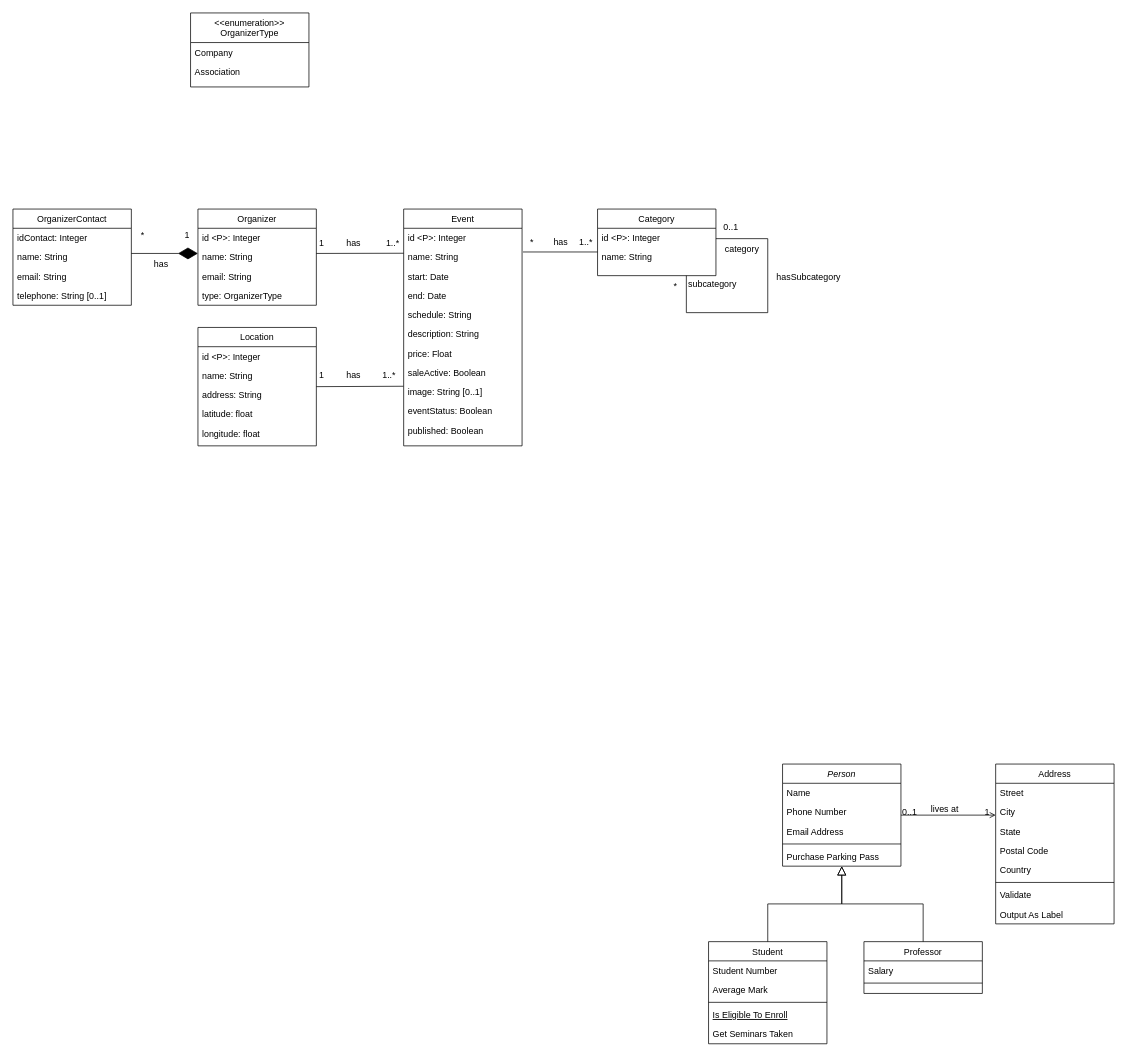
Above: conceptual-diagram.drawio in danielpilot/event-database (draw.io), before the change. Source tidied: cells renumbered, new cells numbered last; positions are measured from the earlier drawing's top-left corner, leaving out a move shared by most shapes. Both pictures are drawn from the tidied source at 74%, with x=0, y=0 at pixel (13, 13).
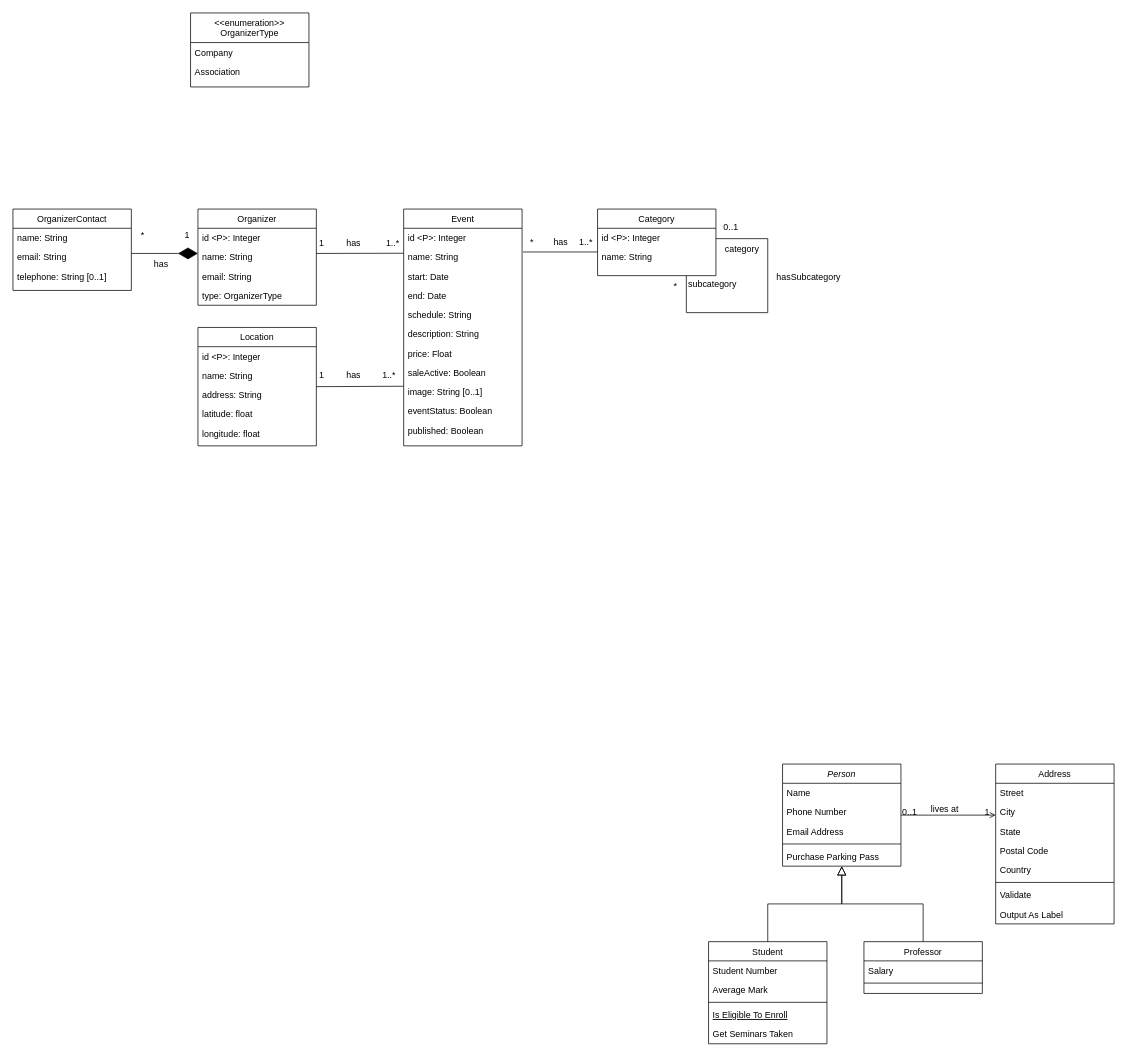
The same page after the edit.

Diff of the diagram source:
```diff
@@
     <mxCell id="72" value="OrganizerContact" style="swimlane;fontStyle=0;align=center;verticalAlign=top;horizontal=1;startSize=26;rounded=0;shadow=0;strokeWidth=1;" parent="1" vertex="1">
-      <mxGeometry y="265" width="160" height="130" as="geometry" />
+      <mxGeometry y="265" width="160" height="110" as="geometry" />
     </mxCell>
-    <mxCell id="73" value="idContact: Integer" style="text;align=left;verticalAlign=top;spacingLeft=4;spacingRight=4;overflow=hidden;rounded=0;shadow=0;html=0;" parent="72" vertex="1">
-      <mxGeometry y="26" width="160" height="26" as="geometry" />
-    </mxCell>
     <mxCell id="74" value="name: String" style="text;align=left;verticalAlign=top;spacingLeft=4;spacingRight=4;overflow=hidden;rounded=0;shadow=0;html=0;" parent="72" vertex="1">
-      <mxGeometry y="52" width="160" height="26" as="geometry" />
+      <mxGeometry y="26" width="160" height="26" as="geometry" />
     </mxCell>
     <mxCell id="75" value="email: String" style="text;align=left;verticalAlign=top;spacingLeft=4;spacingRight=4;overflow=hidden;rounded=0;shadow=0;html=0;" parent="72" vertex="1">
-      <mxGeometry y="78" width="160" height="26" as="geometry" />
+      <mxGeometry y="52" width="160" height="26" as="geometry" />
     </mxCell>
     <mxCell id="76" value="telephone: String [0..1]" style="text;align=left;verticalAlign=top;spacingLeft=4;spacingRight=4;overflow=hidden;rounded=0;shadow=0;html=0;" parent="72" vertex="1">
-      <mxGeometry y="104" width="160" height="26" as="geometry" />
+      <mxGeometry y="78" width="160" height="26" as="geometry" />
     </mxCell>
```
